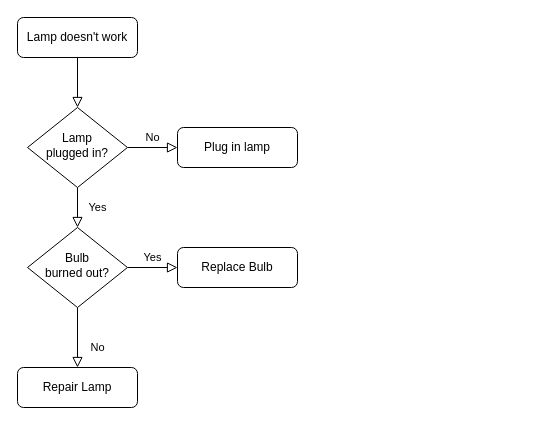
Earlier version of the draw.io diagram IoT.drawio (Fesyss/Final-Project-IoT-and-Cloud-Computing). Source tidied: cells renumbered, new cells numbered last; positions are measured from the earlier drawing's top-left corner, leaving out a move shared by most shapes. Both pictures are drawn from the tidied source at 100%, with x=0, y=0 at pixel (17, 17).
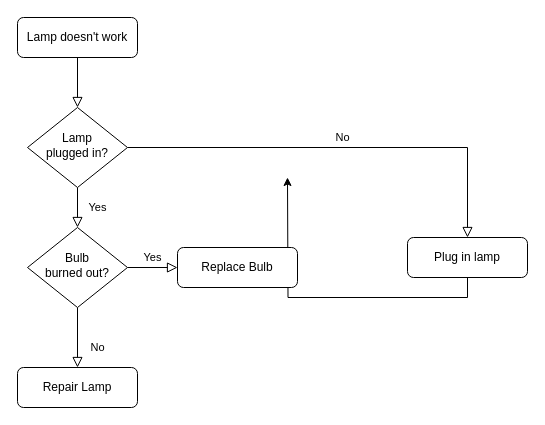
After the change.

The edit, as a diff of the source:
```diff
@@
 <mxGraphModel>
   <root>
     <mxCell id="0" />
     <mxCell id="1" parent="0" />
     <mxCell id="2" style="rounded=0;html=1;jettySize=auto;fontSize=11;endArrow=block;endFill=0;endSize=8;strokeWidth=1;shadow=0;labelBackgroundColor=none;edgeStyle=orthogonalEdgeStyle;" parent="1" edge="1" source="3" target="6">
       <mxGeometry relative="1" as="geometry" />
     </mxCell>
     <mxCell id="3" value="Lamp doesn't work" style="rounded=1;whiteSpace=wrap;html=1;fontSize=12;glass=0;strokeWidth=1;shadow=0;" parent="1" vertex="1">
       <mxGeometry width="120" height="40" as="geometry" />
     </mxCell>
     <mxCell id="4" value="Yes" style="rounded=0;html=1;jettySize=auto;fontSize=11;endArrow=block;endFill=0;endSize=8;strokeWidth=1;shadow=0;labelBackgroundColor=none;edgeStyle=orthogonalEdgeStyle;" parent="1" edge="1" source="6" target="10">
       <mxGeometry y="20" relative="1" as="geometry" />
     </mxCell>
     <mxCell id="5" value="No" style="edgeStyle=orthogonalEdgeStyle;rounded=0;html=1;jettySize=auto;fontSize=11;endArrow=block;endFill=0;endSize=8;strokeWidth=1;shadow=0;labelBackgroundColor=none;" parent="1" edge="1" source="6" target="7">
       <mxGeometry y="10" relative="1" as="geometry" />
     </mxCell>
     <mxCell id="6" value="Lamp&lt;br&gt;plugged in?" style="rhombus;whiteSpace=wrap;html=1;shadow=0;fontFamily=Helvetica;fontSize=12;align=center;strokeWidth=1;spacing=6;spacingTop=-4;" parent="1" vertex="1">
       <mxGeometry x="10" y="90" width="100" height="80" as="geometry" />
     </mxCell>
+    <mxCell id="13" style="edgeStyle=orthogonalEdgeStyle;rounded=0;jettySize=auto;html=1;exitX=0.5;exitY=1;exitDx=0;exitDy=0;" parent="1" edge="1" source="7">
+      <mxGeometry relative="1" as="geometry">
+        <mxPoint x="270" y="160" as="targetPoint" />
+      </mxGeometry>
+    </mxCell>
     <mxCell id="7" value="Plug in lamp" style="rounded=1;whiteSpace=wrap;html=1;fontSize=12;glass=0;strokeWidth=1;shadow=0;" parent="1" vertex="1">
-      <mxGeometry x="160" y="110" width="120" height="40" as="geometry" />
+      <mxGeometry x="390" y="220" width="120" height="40" as="geometry" />
     </mxCell>
     <mxCell id="8" value="No" style="rounded=0;html=1;jettySize=auto;fontSize=11;endArrow=block;endFill=0;endSize=8;strokeWidth=1;shadow=0;labelBackgroundColor=none;edgeStyle=orthogonalEdgeStyle;" parent="1" edge="1" source="10" target="11">
       <mxGeometry x="0.33" y="20" relative="1" as="geometry" />
     </mxCell>
     <mxCell id="9" value="Yes" style="edgeStyle=orthogonalEdgeStyle;rounded=0;html=1;jettySize=auto;fontSize=11;endArrow=block;endFill=0;endSize=8;strokeWidth=1;shadow=0;labelBackgroundColor=none;" parent="1" edge="1" source="10" target="12">
       <mxGeometry y="10" relative="1" as="geometry" />
     </mxCell>
     <mxCell id="10" value="Bulb&lt;br&gt;burned out?" style="rhombus;whiteSpace=wrap;html=1;shadow=0;fontFamily=Helvetica;fontSize=12;align=center;strokeWidth=1;spacing=6;spacingTop=-4;" parent="1" vertex="1">
       <mxGeometry x="10" y="210" width="100" height="80" as="geometry" />
     </mxCell>
     <mxCell id="11" value="Repair Lamp" style="rounded=1;whiteSpace=wrap;html=1;fontSize=12;glass=0;strokeWidth=1;shadow=0;" parent="1" vertex="1">
       <mxGeometry y="350" width="120" height="40" as="geometry" />
     </mxCell>
     <mxCell id="12" value="Replace Bulb" style="rounded=1;whiteSpace=wrap;html=1;fontSize=12;glass=0;strokeWidth=1;shadow=0;" parent="1" vertex="1">
       <mxGeometry x="160" y="230" width="120" height="40" as="geometry" />
     </mxCell>
   </root>
 </mxGraphModel>
```
